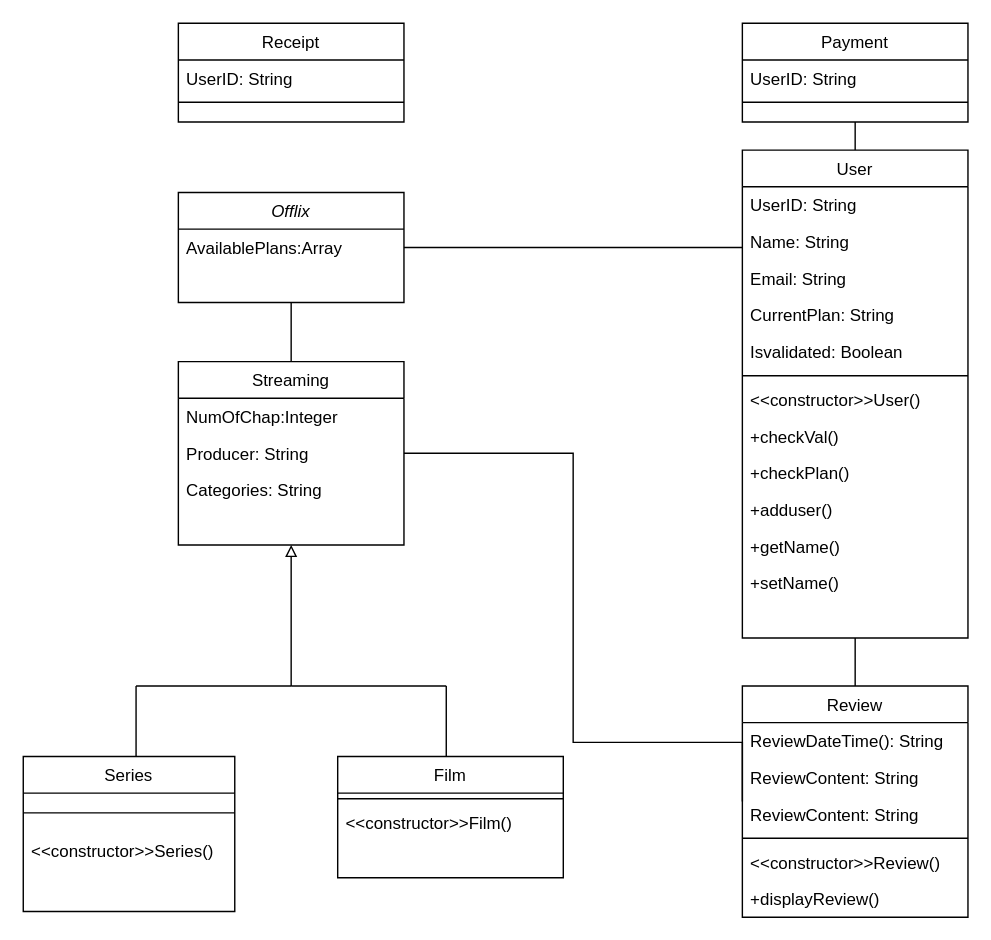
The draw.io diagram GroupAssignment.drawio in LordDdanielHan/test, before the edit. Source tidied: cells renumbered, new cells numbered last; positions are measured from the earlier drawing's top-left corner, leaving out a move shared by most shapes. Both pictures are drawn from the tidied source at 141%, with x=0, y=0 at pixel (23, 23).
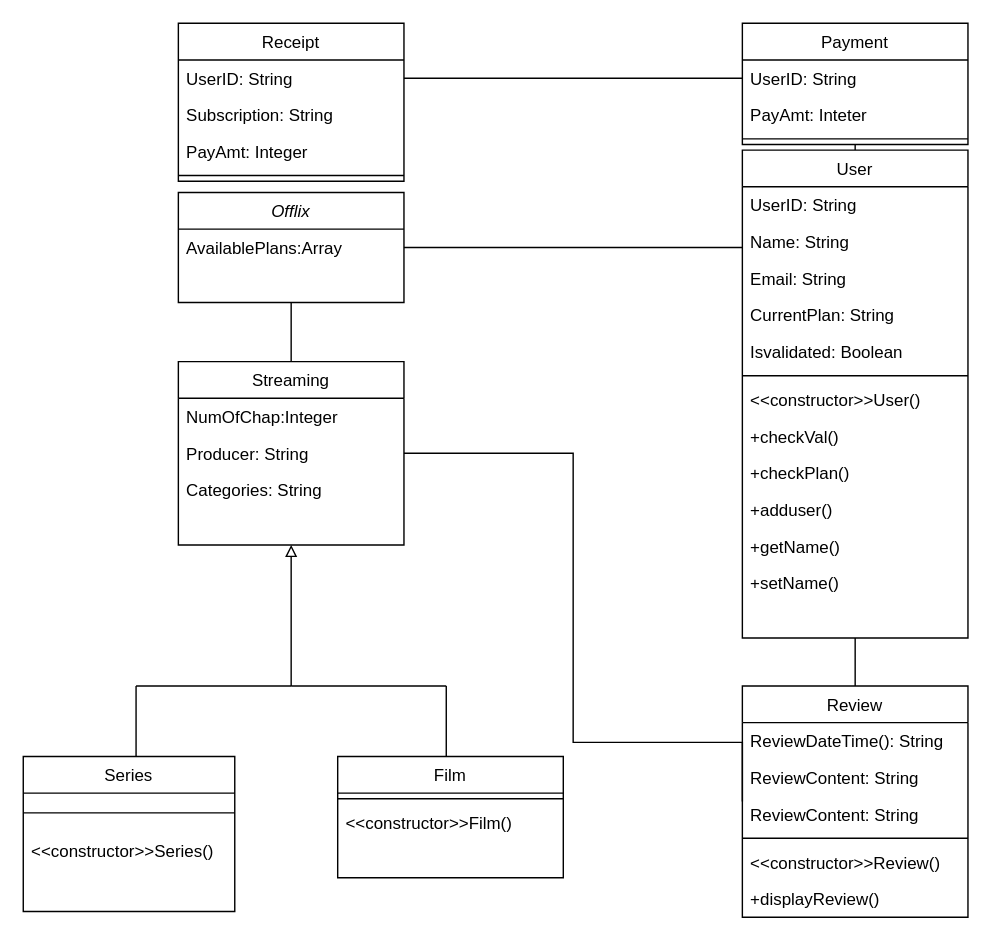
After the change.

Unchanged cells that the change refers to:
```xml
<mxCell id="42" value="UserID: String" style="text;align=left;verticalAlign=top;spacingLeft=4;spacingRight=4;overflow=hidden;points=[[0,0.5],[1,0.5]];portConstraint=eastwest;" parent="41" vertex="1">
  <mxGeometry y="26" width="160" height="26" as="geometry" />
</mxCell>
```

Diff of the diagram source:
```diff
@@
     <mxCell id="41" value="Payment" style="swimlane;fontStyle=0;align=center;verticalAlign=top;horizontal=1;startSize=26;rounded=0;shadow=0;strokeWidth=1;" parent="1" vertex="1">
-      <mxGeometry x="510" width="160" height="70" as="geometry" />
+      <mxGeometry x="510" width="160" height="86" as="geometry" />
     </mxCell>
@@
+    <mxCell id="51" value="PayAmt: Inteter" style="text;align=left;verticalAlign=top;spacingLeft=4;spacingRight=4;overflow=hidden;" parent="41" vertex="1">
+      <mxGeometry y="52" width="160" height="26" as="geometry" />
+    </mxCell>
     <mxCell id="43" style="line;html=1;strokeWidth=1;align=left;verticalAlign=middle;spacingTop=-1;spacingLeft=3;spacingRight=3;labelPosition=right;" parent="41" vertex="1">
-      <mxGeometry y="52" width="160" height="8" as="geometry" />
+      <mxGeometry y="78" width="160" height="8" as="geometry" />
     </mxCell>
@@
     <mxCell id="48" value="Receipt" style="swimlane;fontStyle=0;align=center;verticalAlign=top;horizontal=1;startSize=26;rounded=0;shadow=0;strokeWidth=1;" parent="1" vertex="1">
-      <mxGeometry x="110" width="160" height="70" as="geometry" />
+      <mxGeometry x="110" width="160" height="112" as="geometry" />
     </mxCell>
-    <mxCell id="49" value="UserID: String" style="text;align=left;verticalAlign=top;spacingLeft=4;spacingRight=4;overflow=hidden;points=[[0,0.5],[1,0.5]];portConstraint=eastwest;" parent="48" vertex="1">
+    <mxCell id="49" value="UserID: String&#10;&#10;" style="text;align=left;verticalAlign=top;spacingLeft=4;spacingRight=4;overflow=hidden;points=[[0,0.5],[1,0.5]];portConstraint=eastwest;" parent="48" vertex="1">
       <mxGeometry y="26" width="160" height="26" as="geometry" />
     </mxCell>
+    <mxCell id="52" value="Subscription: String&#10;&#10;" style="text;align=left;verticalAlign=top;spacingLeft=4;spacingRight=4;overflow=hidden;" parent="48" vertex="1">
+      <mxGeometry y="52" width="160" height="26" as="geometry" />
+    </mxCell>
+    <mxCell id="53" value="PayAmt: Integer" style="text;align=left;verticalAlign=top;spacingLeft=4;spacingRight=4;overflow=hidden;" parent="48" vertex="1">
+      <mxGeometry y="78" width="160" height="26" as="geometry" />
+    </mxCell>
     <mxCell id="50" style="line;html=1;strokeWidth=1;align=left;verticalAlign=middle;spacingTop=-1;spacingLeft=3;spacingRight=3;labelPosition=right;" parent="48" vertex="1">
-      <mxGeometry y="52" width="160" height="8" as="geometry" />
+      <mxGeometry y="104" width="160" height="8" as="geometry" />
     </mxCell>
+    <mxCell id="54" style="edgeStyle=orthogonalEdgeStyle;rounded=0;jettySize=auto;html=1;entryX=1;entryY=0.5;entryDx=0;entryDy=0;endArrow=none;endFill=0;" parent="1" edge="1" source="42" target="49">
+      <mxGeometry relative="1" as="geometry" />
+    </mxCell>
```
